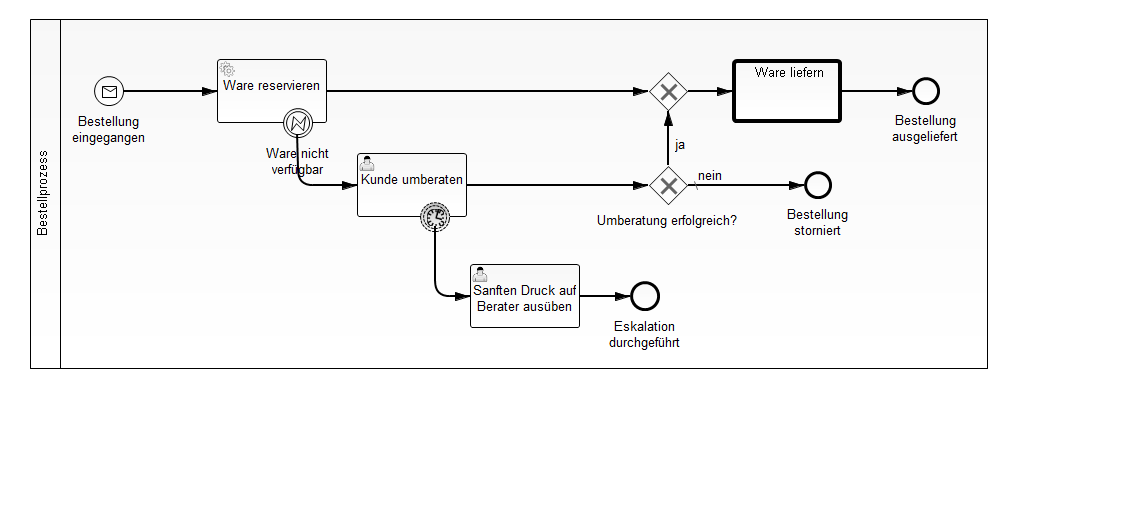
This is bestellprozess-java-ee6/src/main/resources/Bestellprozess.png from camunda-consulting/camunda-7-code-examples, a BPMN export, as it was before one commit. Its source is kept beside it as bestellprozess-java-ee6/src/main/resources/Bestellprozess.bpmn. Ids are renumbered.
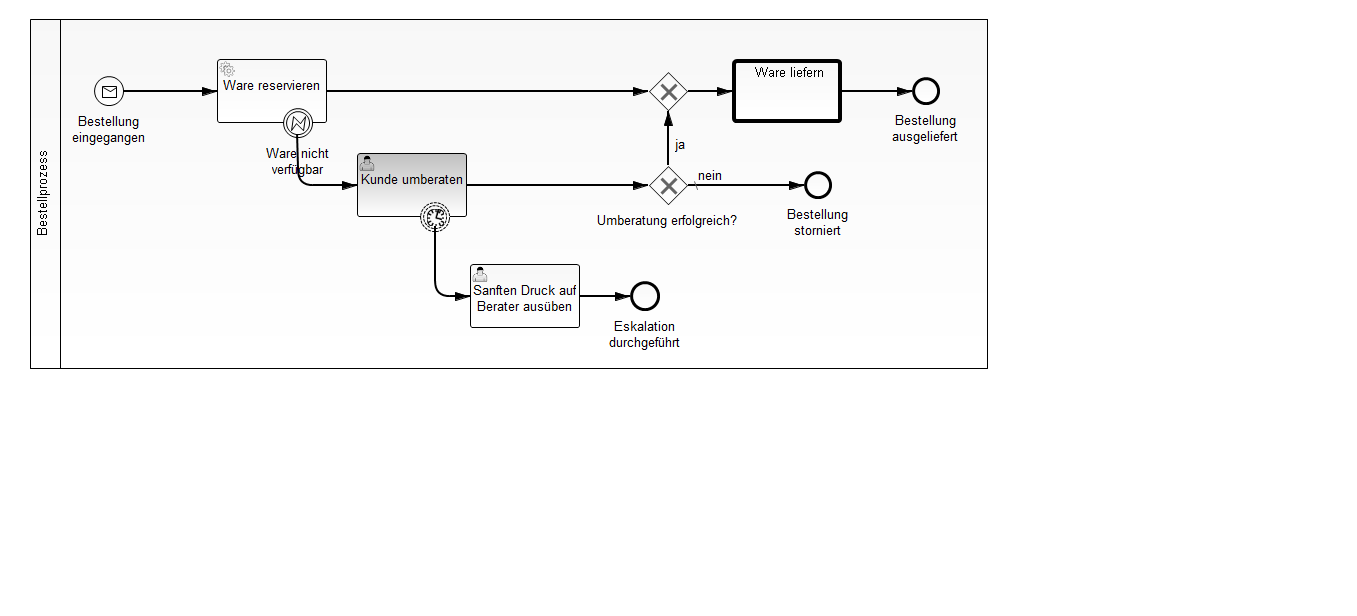
Above is the later version.

The edit, as a diff of the source:
```diff
@@ -11,7 +11,7 @@
       <lane id="sid-71028080-6E57-4994-8CC9-773AE68CE248">
         <flowNodeRef>ServiceTask_2</flowNodeRef>
         <flowNodeRef>BoundaryEvent_1</flowNodeRef>
-        <flowNodeRef>usertask-kunde-umberaten</flowNodeRef>
+        <flowNodeRef>kunde-umberaten</flowNodeRef>
         <flowNodeRef>auftrag-geliefert</flowNodeRef>
         <flowNodeRef>StartEvent_1</flowNodeRef>
         <flowNodeRef>BoundaryEvent_2</flowNodeRef>
@@ -31,22 +31,22 @@
       <outgoing>sid-0799AB9C-6CAF-45C0-B861-F392783F6E41</outgoing>
       <errorEventDefinition id="error-goods-not-available" errorRef="goods-not-on-stock"/>
     </boundaryEvent>
-    <userTask id="usertask-kunde-umberaten" activiti:assignee="kermit" activiti:formKey="umberaten" name="Kunde umberaten" implementation="webService">
+    <userTask id="kunde-umberaten" activiti:assignee="kermit" activiti:formKey="umberaten" name="Kunde umberaten" implementation="webService">
       <incoming>sid-0799AB9C-6CAF-45C0-B861-F392783F6E41</incoming>
       <outgoing>SequenceFlow_6</outgoing>
     </userTask>
     <endEvent id="auftrag-geliefert" name="Bestellung&#xA;ausgeliefert">
       <incoming>SequenceFlow_2</incoming>
     </endEvent>
-    <sequenceFlow id="SequenceFlow_6" isImmediate="true" sourceRef="usertask-kunde-umberaten" targetRef="ExclusiveGateway_2"/>
-    <sequenceFlow id="sid-0799AB9C-6CAF-45C0-B861-F392783F6E41" sourceRef="BoundaryEvent_1" targetRef="usertask-kunde-umberaten"/>
+    <sequenceFlow id="SequenceFlow_6" isImmediate="true" sourceRef="kunde-umberaten" targetRef="ExclusiveGateway_2"/>
+    <sequenceFlow id="sid-0799AB9C-6CAF-45C0-B861-F392783F6E41" sourceRef="BoundaryEvent_1" targetRef="kunde-umberaten"/>
     <startEvent id="StartEvent_1" name="Bestellung&#xA;eingegangen">
       <outgoing>SequenceFlow_4</outgoing>
       <messageEventDefinition id="sid-1977d430-d717-46d3-8955-d24f132dcd38" messageRef="Message_1"/>
     </startEvent>
     <sequenceFlow id="SequenceFlow_4" isImmediate="true" sourceRef="StartEvent_1" targetRef="ServiceTask_2"/>
     <sequenceFlow id="SequenceFlow_1" name="" sourceRef="ServiceTask_2" targetRef="ExclusiveGateway_1"/>
-    <boundaryEvent id="BoundaryEvent_2" name="" attachedToRef="usertask-kunde-umberaten" cancelActivity="false">
+    <boundaryEvent id="BoundaryEvent_2" name="" attachedToRef="kunde-umberaten" cancelActivity="false">
       <outgoing>SequenceFlow_3</outgoing>
       <timerEventDefinition id="TimerEventDefinition_1">
         <timeDuration xsi:type="tFormalExpression">PT10S</timeDuration>
@@ -103,7 +103,7 @@
       <bpmndi:BPMNShape id="BoundaryEvent_1_gui" bpmnElement="BoundaryEvent_1">
         <omgdc:Bounds height="30.0" width="30.0" x="283.0" y="108.0"/>
       </bpmndi:BPMNShape>
-      <bpmndi:BPMNShape id="UserTask_1_gui" bpmnElement="usertask-kunde-umberaten">
+      <bpmndi:BPMNShape id="UserTask_1_gui" bpmnElement="kunde-umberaten">
         <omgdc:Bounds height="64.0" width="110.0" x="357.0" y="153.0"/>
       </bpmndi:BPMNShape>
       <bpmndi:BPMNShape id="ExclusiveGateway_2_gui" bpmnElement="ExclusiveGateway_2" isMarkerVisible="true">
```
